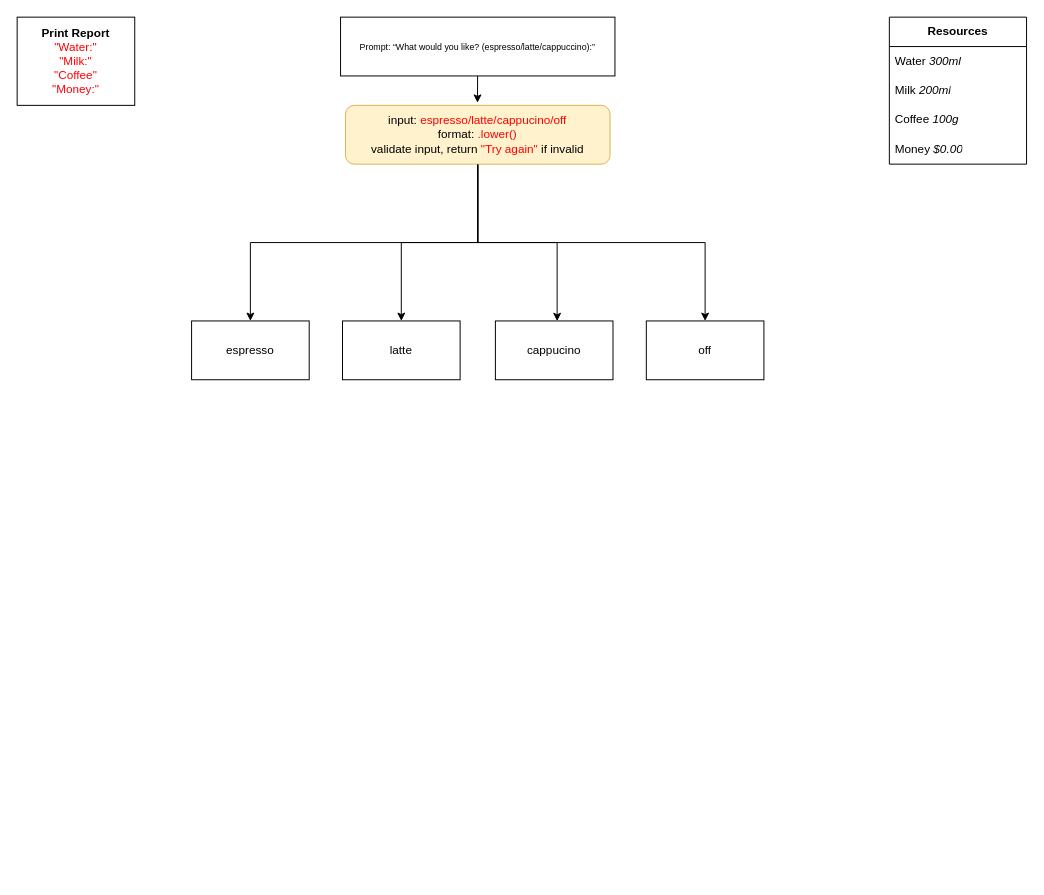
This is Day 15/Coffee Machine Project/Coffee Machine.drawio from thomascoote/100-Days-of-Code---The-Complete-Python-Pro-Bootcamp, a draw.io file, before an edit. Source tidied: cells renumbered, new cells numbered last; positions are measured from the earlier drawing's top-left corner, leaving out a move shared by most shapes. Both pictures are drawn from the tidied source at 98%, with x=0, y=0 at pixel (17, 17).
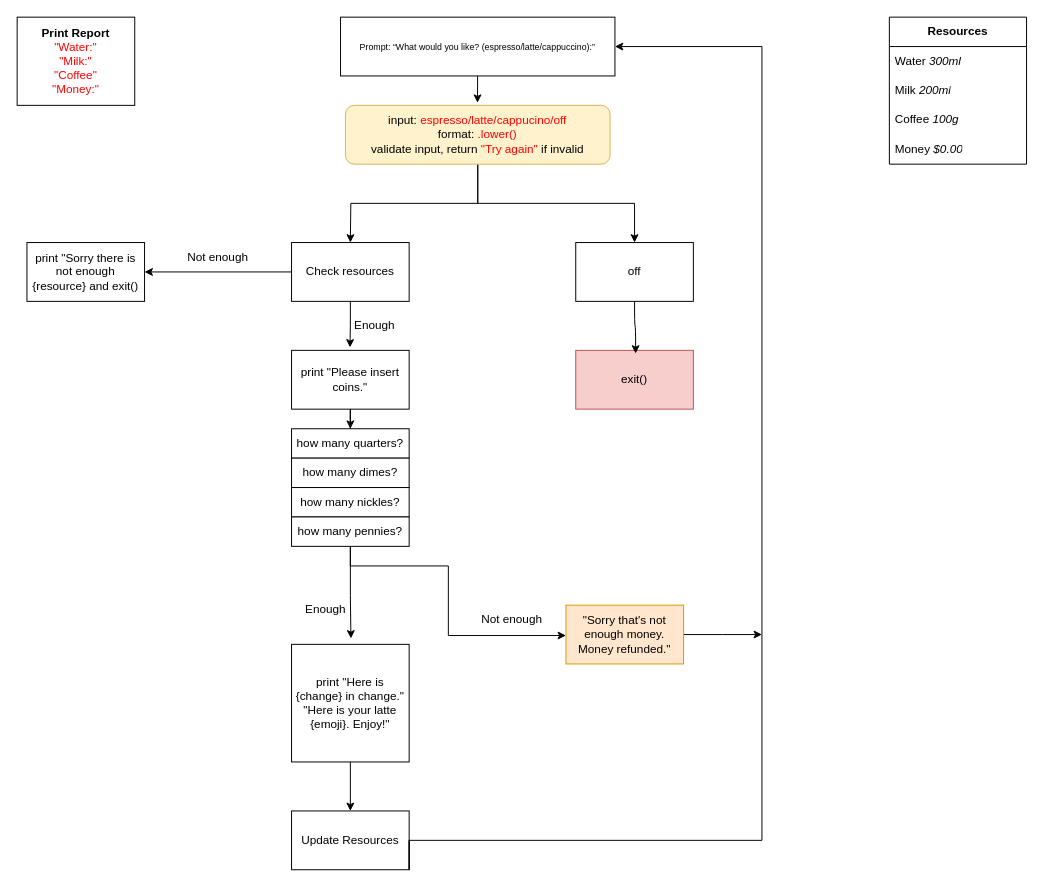
The same page after the edit.

The change refers to these unchanged cells:
```xml
<mxCell id="2" value="&lt;font style=&quot;font-size: 9px;&quot;&gt;Prompt: “What would you like? (espresso/latte/cappuccino):”&lt;/font&gt;" style="rounded=0;whiteSpace=wrap;html=1;" parent="1" vertex="1">
  <mxGeometry x="330" width="280" height="60" as="geometry" />
</mxCell>
<mxCell id="6" value="&lt;div&gt;input: &lt;span style=&quot;color: rgb(255, 0, 0);&quot;&gt;espresso/latte/cappucino/off&lt;/span&gt;&lt;/div&gt;&lt;div&gt;format: &lt;span style=&quot;color: rgb(255, 0, 0);&quot;&gt;.lower()&lt;/span&gt;&lt;/div&gt;&lt;div&gt;validate input, return &lt;span style=&quot;color: rgb(255, 0, 0);&quot;&gt;&quot;Try again&quot;&lt;/span&gt; if invalid&lt;br&gt;&lt;/div&gt;" style="rounded=1;whiteSpace=wrap;html=1;fillColor=#fff2cc;strokeColor=#d6b656;" parent="1" vertex="1">
  <mxGeometry x="335" y="90" width="270" height="60" as="geometry" />
</mxCell>
```

The edit, as a diff of the source:
```diff
@@
-    <mxCell id="3" style="edgeStyle=orthogonalEdgeStyle;rounded=0;jettySize=auto;html=1;entryX=0.5;entryY=0;entryDx=0;entryDy=0;" parent="1" edge="1" source="6" target="9">
-      <mxGeometry relative="1" as="geometry" />
-    </mxCell>
-    <mxCell id="4" style="edgeStyle=orthogonalEdgeStyle;rounded=0;jettySize=auto;html=1;" parent="1" edge="1" source="6" target="8">
-      <mxGeometry relative="1" as="geometry">
-        <Array as="points">
-          <mxPoint x="470" y="230" />
-          <mxPoint x="238" y="230" />
-        </Array>
-      </mxGeometry>
-    </mxCell>
+    <mxCell id="19" style="edgeStyle=orthogonalEdgeStyle;rounded=0;jettySize=auto;html=1;" parent="1" edge="1" source="6">
+      <mxGeometry relative="1" as="geometry">
+        <mxPoint x="340" y="230" as="targetPoint" />
+      </mxGeometry>
+    </mxCell>
     <mxCell id="5" style="edgeStyle=orthogonalEdgeStyle;rounded=0;jettySize=auto;html=1;entryX=0.5;entryY=0;entryDx=0;entryDy=0;" parent="1" edge="1" source="6" target="11">
-      <mxGeometry relative="1" as="geometry">
-        <Array as="points">
-          <mxPoint x="470" y="230" />
-          <mxPoint x="702" y="230" />
-        </Array>
-      </mxGeometry>
+      <mxGeometry relative="1" as="geometry" />
     </mxCell>
@@
+    <mxCell id="20" style="edgeStyle=orthogonalEdgeStyle;rounded=0;jettySize=auto;html=1;" parent="1" edge="1" source="8" target="23">
+      <mxGeometry relative="1" as="geometry" />
+    </mxCell>
-    <mxCell id="8" value="espresso" style="rounded=0;whiteSpace=wrap;html=1;" parent="1" vertex="1">
-      <mxGeometry x="178" y="310" width="120" height="60" as="geometry" />
+    <mxCell id="8" value="Check resources" style="rounded=0;whiteSpace=wrap;html=1;" parent="1" vertex="1">
+      <mxGeometry x="280" y="230" width="120" height="60" as="geometry" />
     </mxCell>
-    <mxCell id="9" value="latte" style="rounded=0;whiteSpace=wrap;html=1;" parent="1" vertex="1">
-      <mxGeometry x="332" y="310" width="120" height="60" as="geometry" />
-    </mxCell>
-    <mxCell id="10" value="cappucino" style="rounded=0;whiteSpace=wrap;html=1;" parent="1" vertex="1">
-      <mxGeometry x="488" y="310" width="120" height="60" as="geometry" />
-    </mxCell>
     <mxCell id="11" value="off" style="rounded=0;whiteSpace=wrap;html=1;" parent="1" vertex="1">
-      <mxGeometry x="642" y="310" width="120" height="60" as="geometry" />
+      <mxGeometry x="570" y="230" width="120" height="60" as="geometry" />
     </mxCell>
-    <mxCell id="12" style="edgeStyle=orthogonalEdgeStyle;rounded=0;jettySize=auto;html=1;entryX=0.525;entryY=0.003;entryDx=0;entryDy=0;entryPerimeter=0;" parent="1" edge="1" source="6" target="10">
-      <mxGeometry relative="1" as="geometry" />
-    </mxCell>
@@
+    <mxCell id="21" value="exit()" style="rounded=0;whiteSpace=wrap;html=1;fillColor=#f8cecc;strokeColor=#b85450;" parent="1" vertex="1">
+      <mxGeometry x="570" y="340" width="120" height="60" as="geometry" />
+    </mxCell>
+    <mxCell id="22" style="edgeStyle=orthogonalEdgeStyle;curved=1;rounded=0;jettySize=auto;html=1;entryX=0.509;entryY=0.054;entryDx=0;entryDy=0;entryPerimeter=0;" parent="1" edge="1" source="11" target="21">
+      <mxGeometry relative="1" as="geometry" />
+    </mxCell>
+    <mxCell id="23" value="print &quot;Sorry there is not enough {resource} and exit()" style="rounded=0;whiteSpace=wrap;html=1;" parent="1" vertex="1">
+      <mxGeometry x="10" y="230" width="120" height="60" as="geometry" />
+    </mxCell>
+    <mxCell id="24" value="Not enough" style="text;html=1;align=center;verticalAlign=middle;whiteSpace=wrap;rounded=0;" parent="1" vertex="1">
+      <mxGeometry x="170" y="230" width="70" height="30" as="geometry" />
+    </mxCell>
+    <mxCell id="25" style="edgeStyle=orthogonalEdgeStyle;rounded=0;jettySize=auto;html=1;entryX=0.5;entryY=0;entryDx=0;entryDy=0;" parent="1" edge="1" source="26" target="29">
+      <mxGeometry relative="1" as="geometry" />
+    </mxCell>
+    <mxCell id="26" value="print &quot;Please insert coins.&quot;" style="rounded=0;whiteSpace=wrap;html=1;" parent="1" vertex="1">
+      <mxGeometry x="280" y="340" width="120" height="60" as="geometry" />
+    </mxCell>
+    <mxCell id="27" style="edgeStyle=orthogonalEdgeStyle;rounded=0;jettySize=auto;html=1;entryX=0.497;entryY=-0.05;entryDx=0;entryDy=0;entryPerimeter=0;" parent="1" edge="1" source="8" target="26">
+      <mxGeometry relative="1" as="geometry" />
+    </mxCell>
+    <mxCell id="28" value="Enough" style="text;html=1;align=center;verticalAlign=middle;whiteSpace=wrap;rounded=0;" parent="1" vertex="1">
+      <mxGeometry x="330" y="300" width="70" height="30" as="geometry" />
+    </mxCell>
+    <mxCell id="29" value="how many quarters?" style="rounded=0;whiteSpace=wrap;html=1;" parent="1" vertex="1">
+      <mxGeometry x="280" y="420" width="120" height="30" as="geometry" />
+    </mxCell>
+    <mxCell id="30" value="how many dimes?" style="rounded=0;whiteSpace=wrap;html=1;" parent="1" vertex="1">
+      <mxGeometry x="280" y="450" width="120" height="30" as="geometry" />
+    </mxCell>
+    <mxCell id="31" value="how many nickles?" style="rounded=0;whiteSpace=wrap;html=1;" parent="1" vertex="1">
+      <mxGeometry x="280" y="480" width="120" height="30" as="geometry" />
+    </mxCell>
+    <mxCell id="32" style="edgeStyle=orthogonalEdgeStyle;rounded=0;jettySize=auto;html=1;" parent="1" edge="1" source="33" target="37">
+      <mxGeometry relative="1" as="geometry">
+        <Array as="points">
+          <mxPoint x="340" y="560" />
+          <mxPoint x="440" y="560" />
+          <mxPoint x="440" y="631" />
+        </Array>
+      </mxGeometry>
+    </mxCell>
+    <mxCell id="33" value="how many pennies?" style="rounded=0;whiteSpace=wrap;html=1;" parent="1" vertex="1">
+      <mxGeometry x="280" y="510" width="120" height="30" as="geometry" />
+    </mxCell>
+    <mxCell id="34" style="edgeStyle=orthogonalEdgeStyle;rounded=0;jettySize=auto;html=1;" parent="1" edge="1" source="35" target="41">
+      <mxGeometry relative="1" as="geometry" />
+    </mxCell>
+    <mxCell id="35" value="&lt;div&gt;print &quot;Here is {change} in change.&quot;&lt;/div&gt;&lt;div&gt;&quot;Here is your latte {emoji}. Enjoy!&quot;&lt;br&gt;&lt;/div&gt;" style="rounded=0;whiteSpace=wrap;html=1;" parent="1" vertex="1">
+      <mxGeometry x="280" y="640" width="120" height="120" as="geometry" />
+    </mxCell>
+    <mxCell id="36" style="edgeStyle=orthogonalEdgeStyle;rounded=0;jettySize=auto;html=1;" parent="1" edge="1" source="37">
+      <mxGeometry relative="1" as="geometry">
+        <mxPoint x="760" y="630" as="targetPoint" />
+      </mxGeometry>
+    </mxCell>
+    <mxCell id="37" value="&quot;Sorry that's not enough money. Money refunded.&quot;" style="rounded=0;whiteSpace=wrap;html=1;fillColor=#ffe6cc;strokeColor=#d79b00;" parent="1" vertex="1">
+      <mxGeometry x="560" y="600" width="120" height="60" as="geometry" />
+    </mxCell>
+    <mxCell id="38" style="edgeStyle=orthogonalEdgeStyle;rounded=0;jettySize=auto;html=1;entryX=0.505;entryY=-0.05;entryDx=0;entryDy=0;entryPerimeter=0;" parent="1" edge="1" source="33" target="35">
+      <mxGeometry relative="1" as="geometry" />
+    </mxCell>
+    <mxCell id="39" value="Not enough" style="text;html=1;align=center;verticalAlign=middle;whiteSpace=wrap;rounded=0;" parent="1" vertex="1">
+      <mxGeometry x="470" y="600" width="70" height="30" as="geometry" />
+    </mxCell>
+    <mxCell id="40" value="Enough" style="text;html=1;align=center;verticalAlign=middle;whiteSpace=wrap;rounded=0;" parent="1" vertex="1">
+      <mxGeometry x="280" y="590" width="70" height="30" as="geometry" />
+    </mxCell>
+    <mxCell id="41" value="Update Resources" style="rounded=0;whiteSpace=wrap;html=1;" parent="1" vertex="1">
+      <mxGeometry x="280" y="810" width="120" height="60" as="geometry" />
+    </mxCell>
+    <mxCell id="42" style="edgeStyle=orthogonalEdgeStyle;rounded=0;jettySize=auto;html=1;entryX=1;entryY=0.5;entryDx=0;entryDy=0;exitX=1;exitY=0.5;exitDx=0;exitDy=0;" parent="1" edge="1" source="41" target="2">
+      <mxGeometry relative="1" as="geometry">
+        <Array as="points">
+          <mxPoint x="400" y="870" />
+          <mxPoint x="400" y="840" />
+          <mxPoint x="760" y="840" />
+          <mxPoint x="760" y="30" />
+        </Array>
+      </mxGeometry>
+    </mxCell>
```
